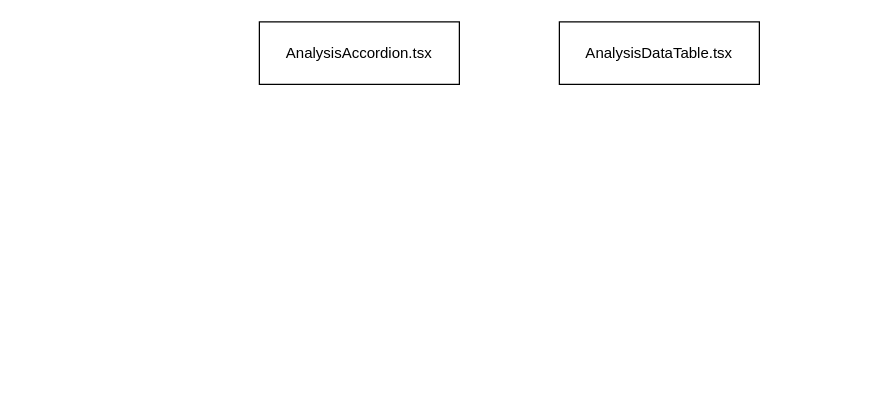
kaoru387/draw.io keeps this draw.io diagram as page "オブジェクト関連図" (8 of 8) of NELAB.drawio. Above is the earlier version. Source tidied: cells renumbered, new cells numbered last; positions are measured from the earlier drawing's top-left corner, leaving out a move shared by most shapes. Both pictures are drawn from the tidied source at 125%, with x=0, y=0 at pixel (259, 21).
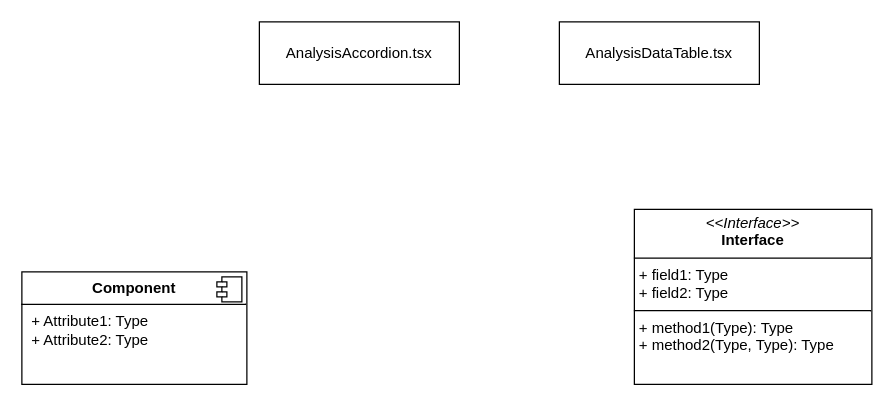
The same diagram, later.

Commit message:
NELAB.drawio を更新します

Change to the diagram source:
```diff
@@
 <mxGraphModel>
   <root>
     <mxCell id="0" />
     <mxCell id="1" parent="0" />
     <mxCell id="2" value="AnalysisAccordion.tsx" style="html=1;whiteSpace=wrap;" parent="1" vertex="1">
       <mxGeometry width="160" height="50" as="geometry" />
     </mxCell>
     <mxCell id="3" value="AnalysisDataTable.tsx" style="html=1;whiteSpace=wrap;" parent="1" vertex="1">
       <mxGeometry x="240" width="160" height="50" as="geometry" />
     </mxCell>
+    <mxCell id="4" value="&lt;p style=&quot;margin:0px;margin-top:4px;text-align:center;&quot;&gt;&lt;i&gt;&amp;lt;&amp;lt;Interface&amp;gt;&amp;gt;&lt;/i&gt;&lt;br/&gt;&lt;b&gt;Interface&lt;/b&gt;&lt;/p&gt;&lt;hr size=&quot;1&quot; style=&quot;border-style:solid;&quot;/&gt;&lt;p style=&quot;margin:0px;margin-left:4px;&quot;&gt;+ field1: Type&lt;br/&gt;+ field2: Type&lt;/p&gt;&lt;hr size=&quot;1&quot; style=&quot;border-style:solid;&quot;/&gt;&lt;p style=&quot;margin:0px;margin-left:4px;&quot;&gt;+ method1(Type): Type&lt;br/&gt;+ method2(Type, Type): Type&lt;/p&gt;" style="verticalAlign=top;align=left;overflow=fill;html=1;whiteSpace=wrap;" parent="1" vertex="1">
+      <mxGeometry x="300" y="150" width="190" height="140" as="geometry" />
+    </mxCell>
+    <mxCell id="5" value="&lt;p style=&quot;margin:0px;margin-top:6px;text-align:center;&quot;&gt;&lt;b&gt;Component&lt;/b&gt;&lt;/p&gt;&lt;hr size=&quot;1&quot; style=&quot;border-style:solid;&quot;/&gt;&lt;p style=&quot;margin:0px;margin-left:8px;&quot;&gt;+ Attribute1: Type&lt;br/&gt;+ Attribute2: Type&lt;/p&gt;" style="align=left;overflow=fill;html=1;whiteSpace=wrap;" parent="1" vertex="1">
+      <mxGeometry x="-190" y="200" width="180" height="90" as="geometry" />
+    </mxCell>
+    <mxCell id="6" style="shape=component;jettyWidth=8;jettyHeight=4;" parent="5" vertex="1">
+      <mxGeometry x="1" width="20" height="20" relative="1" as="geometry">
+        <mxPoint x="-24" y="4" as="offset" />
+      </mxGeometry>
+    </mxCell>
   </root>
 </mxGraphModel>
```
